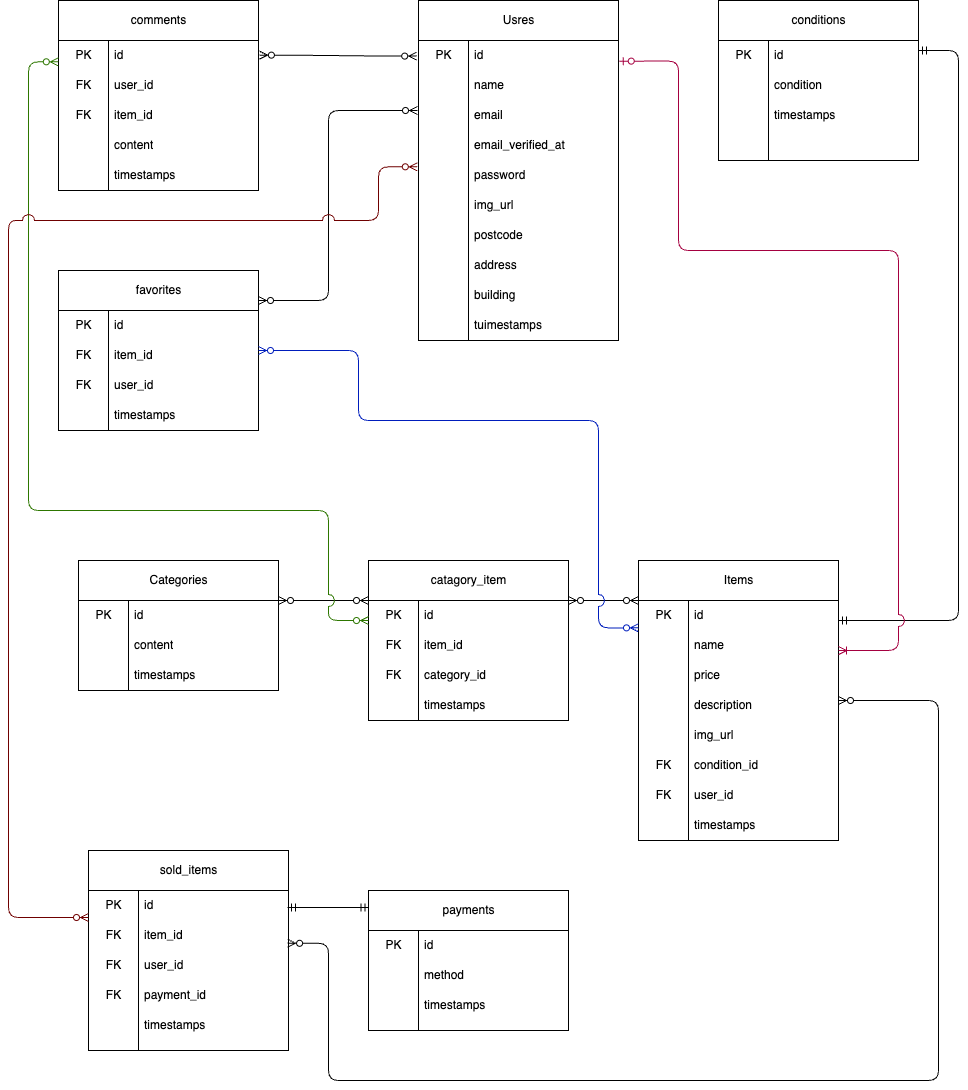
The draw.io diagram ER/Index.drawio.png in Kenichi-Tnk/FleaMarket, before a commit. Source tidied: cells renumbered, new cells last; positions are measured from the earlier drawing's top-left corner, leaving out a move shared by most shapes.
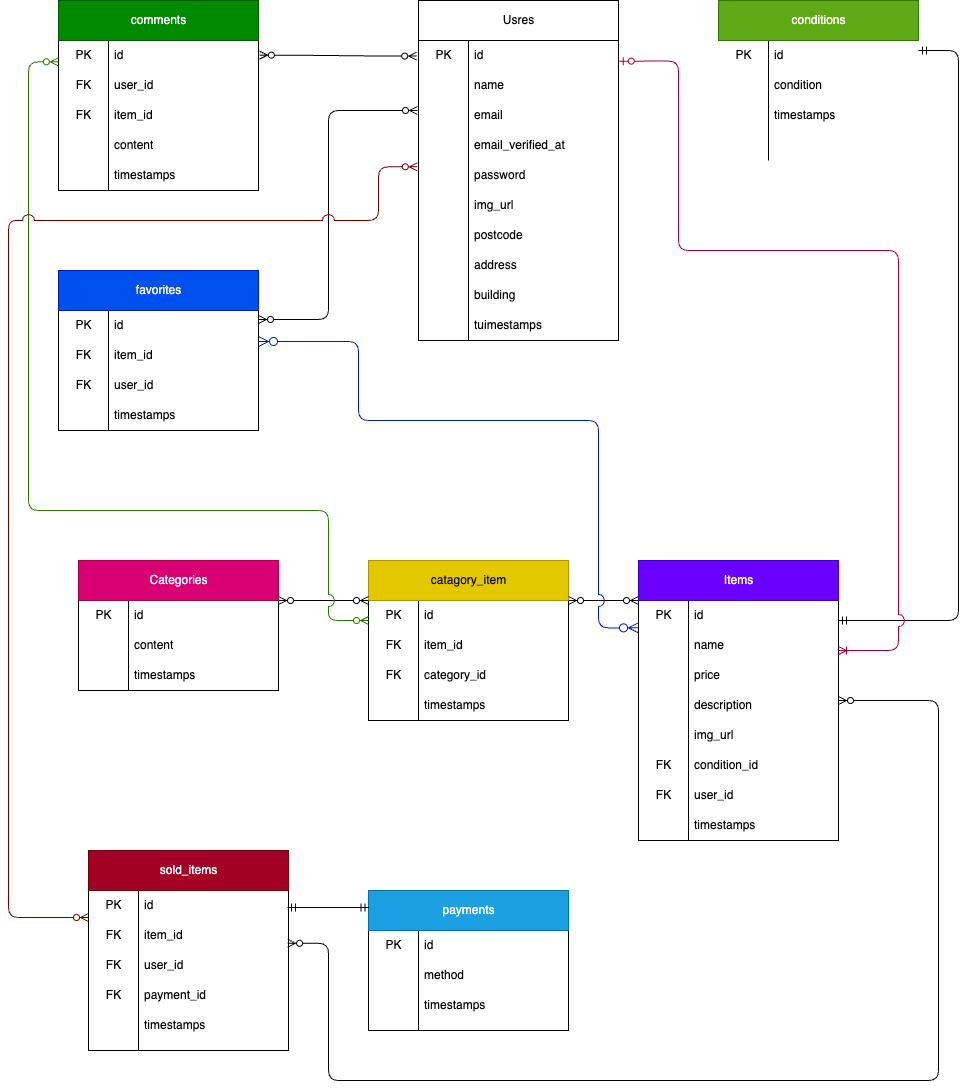
After the commit.

What changed in the source:
```diff
@@ -68,7 +68,7 @@
     <mxCell id="23" style="endArrow=none;entryX=0.25;entryY=0;entryDx=0;entryDy=0;exitX=0.25;exitY=1;exitDx=0;exitDy=0;html=1;" parent="17" edge="1" source="18" target="18">
       <mxGeometry relative="1" as="geometry" />
     </mxCell>
-    <mxCell id="24" value="Categories" style="rounded=0;labelBorderColor=none;html=1;" parent="17" vertex="1">
+    <mxCell id="24" value="Categories" style="rounded=0;labelBorderColor=none;html=1;fillColor=#d80073;fontColor=#ffffff;strokeColor=#A50040;" parent="17" vertex="1">
       <mxGeometry width="200" height="40" as="geometry" />
     </mxCell>
     <mxCell id="25" style="group;" parent="1" vertex="1">
@@ -113,7 +113,7 @@
     <mxCell id="38" style="endArrow=none;entryX=0.25;entryY=0;entryDx=0;entryDy=0;exitX=0.25;exitY=1;exitDx=0;exitDy=0;html=1;" parent="25" edge="1" source="26" target="26">
       <mxGeometry relative="1" as="geometry" />
     </mxCell>
-    <mxCell id="39" value="Items" style="rounded=0;labelBorderColor=none;html=1;" parent="25" vertex="1">
+    <mxCell id="39" value="Items" style="rounded=0;labelBorderColor=none;html=1;fillColor=#6a00ff;fontColor=#ffffff;strokeColor=#3700CC;" parent="25" vertex="1">
       <mxGeometry width="200" height="40" as="geometry" />
     </mxCell>
     <mxCell id="40" style="group;" parent="1" vertex="1">
@@ -146,31 +146,31 @@
     <mxCell id="49" style="endArrow=none;entryX=0.25;entryY=0;entryDx=0;entryDy=0;exitX=0.25;exitY=1;exitDx=0;exitDy=0;html=1;" parent="40" edge="1" source="41" target="41">
       <mxGeometry relative="1" as="geometry" />
     </mxCell>
-    <mxCell id="50" value="catagory_item" style="rounded=0;labelBorderColor=none;html=1;" parent="40" vertex="1">
+    <mxCell id="50" value="catagory_item" style="rounded=0;labelBorderColor=none;html=1;fillColor=#e3c800;fontColor=#000000;strokeColor=#B09500;" parent="40" vertex="1">
       <mxGeometry width="200" height="40" as="geometry" />
     </mxCell>
-    <mxCell id="51" style="group;" parent="1" vertex="1">
+    <mxCell id="51" style="group;fontColor=none;labelBackgroundColor=none;labelBorderColor=none;strokeColor=none;noLabel=1;" parent="1" vertex="1">
       <mxGeometry x="710" width="200" height="160" as="geometry" />
     </mxCell>
-    <mxCell id="52" style="swimlane;startSize=0;labelBorderColor=none;html=1;" parent="51" vertex="1">
+    <mxCell id="52" style="swimlane;startSize=0;labelBorderColor=none;labelBackgroundColor=none;fontColor=none;noLabel=1;strokeColor=#FFFFFF;fillColor=#808080;" parent="51" vertex="1">
       <mxGeometry y="40" width="200" height="120" as="geometry" />
     </mxCell>
     <mxCell id="53" style="endArrow=none;entryX=0.25;entryY=0;entryDx=0;entryDy=0;exitX=0.25;exitY=1;exitDx=0;exitDy=0;html=1;" parent="51" edge="1" source="52" target="52">
       <mxGeometry relative="1" as="geometry" />
     </mxCell>
-    <mxCell id="54" value="conditions" style="rounded=0;labelBorderColor=none;html=1;" parent="51" vertex="1">
+    <mxCell id="54" value="conditions" style="rounded=0;labelBorderColor=none;html=1;fillColor=#60a917;fontColor=#ffffff;strokeColor=#2D7600;" parent="51" vertex="1">
       <mxGeometry width="200" height="40" as="geometry" />
     </mxCell>
-    <mxCell id="55" value="id" style="text;strokeColor=none;fillColor=none;align=left;verticalAlign=middle;spacingLeft=4;spacingRight=4;overflow=hidden;points=[[0,0.5],[1,0.5]];portConstraint=eastwest;labelBorderColor=none;html=1;" parent="51" vertex="1">
+    <mxCell id="55" value="id" style="text;strokeColor=none;fillColor=none;align=left;verticalAlign=middle;spacingLeft=4;spacingRight=4;overflow=hidden;points=[[0,0.5],[1,0.5]];portConstraint=eastwest;labelBorderColor=none;html=1;labelBackgroundColor=default;" parent="51" vertex="1">
       <mxGeometry x="50" y="40" width="150" height="30" as="geometry" />
     </mxCell>
-    <mxCell id="56" value="PK" style="text;align=center;verticalAlign=middle;strokeColor=none;fillColor=none;html=1;labelBorderColor=none;" parent="51" vertex="1">
+    <mxCell id="56" value="PK" style="text;align=center;verticalAlign=middle;strokeColor=none;fillColor=none;html=1;labelBorderColor=none;labelBackgroundColor=default;" parent="51" vertex="1">
       <mxGeometry x="5" y="40" width="40" height="30" as="geometry" />
     </mxCell>
-    <mxCell id="57" value="condition" style="text;strokeColor=none;fillColor=none;align=left;verticalAlign=middle;spacingLeft=4;spacingRight=4;overflow=hidden;labelBorderColor=none;html=1;" parent="51" vertex="1">
+    <mxCell id="57" value="condition" style="text;strokeColor=none;fillColor=none;align=left;verticalAlign=middle;spacingLeft=4;spacingRight=4;overflow=hidden;labelBorderColor=none;html=1;labelBackgroundColor=default;" parent="51" vertex="1">
       <mxGeometry x="50" y="70" width="150" height="30" as="geometry" />
     </mxCell>
-    <mxCell id="58" value="timestamps" style="text;strokeColor=none;fillColor=none;align=left;verticalAlign=middle;spacingLeft=4;spacingRight=4;overflow=hidden;labelBorderColor=none;html=1;" parent="51" vertex="1">
+    <mxCell id="58" value="timestamps" style="text;strokeColor=none;fillColor=none;align=left;verticalAlign=middle;spacingLeft=4;spacingRight=4;overflow=hidden;labelBorderColor=none;html=1;labelBackgroundColor=default;" parent="51" vertex="1">
       <mxGeometry x="50" y="100" width="150" height="30" as="geometry" />
     </mxCell>
     <mxCell id="59" style="group;" parent="1" vertex="1">
@@ -182,7 +182,7 @@
     <mxCell id="61" style="endArrow=none;entryX=0.25;entryY=0;entryDx=0;entryDy=0;exitX=0.25;exitY=1;exitDx=0;exitDy=0;html=1;" parent="59" edge="1" source="60" target="60">
       <mxGeometry relative="1" as="geometry" />
     </mxCell>
-    <mxCell id="62" value="favorites" style="rounded=0;labelBorderColor=none;html=1;" parent="59" vertex="1">
+    <mxCell id="62" value="favorites" style="rounded=0;labelBorderColor=none;html=1;fillColor=#0050ef;fontColor=#ffffff;strokeColor=#001DBC;" parent="59" vertex="1">
       <mxGeometry width="200" height="40" as="geometry" />
     </mxCell>
     <mxCell id="63" value="id" style="text;strokeColor=none;fillColor=none;align=left;verticalAlign=middle;spacingLeft=4;spacingRight=4;overflow=hidden;points=[[0,0.5],[1,0.5]];portConstraint=eastwest;labelBorderColor=none;html=1;" parent="59" vertex="1">
@@ -218,7 +218,7 @@
     <mxCell id="73" style="endArrow=none;entryX=0.25;entryY=0;entryDx=0;entryDy=0;exitX=0.25;exitY=1;exitDx=0;exitDy=0;html=1;" parent="70" edge="1" source="71" target="71">
       <mxGeometry relative="1" as="geometry" />
     </mxCell>
-    <mxCell id="74" value="comments" style="rounded=0;labelBorderColor=none;html=1;" parent="70" vertex="1">
+    <mxCell id="74" value="comments" style="rounded=0;labelBorderColor=none;html=1;fillColor=#008a00;fontColor=#ffffff;strokeColor=#005700;" parent="70" vertex="1">
       <mxGeometry width="200" height="40" as="geometry" />
     </mxCell>
     <mxCell id="75" value="id" style="text;strokeColor=none;fillColor=none;align=left;verticalAlign=middle;spacingLeft=4;spacingRight=4;overflow=hidden;points=[[0,0.5],[1,0.5]];portConstraint=eastwest;labelBorderColor=none;html=1;" parent="70" vertex="1">
@@ -278,7 +278,7 @@
     <mxCell id="93" style="endArrow=none;entryX=0.25;entryY=0;entryDx=0;entryDy=0;exitX=0.25;exitY=1;exitDx=0;exitDy=0;html=1;" parent="82" edge="1" source="83" target="83">
       <mxGeometry relative="1" as="geometry" />
     </mxCell>
-    <mxCell id="94" value="sold_items" style="rounded=0;labelBorderColor=none;html=1;" parent="82" vertex="1">
+    <mxCell id="94" value="sold_items" style="rounded=0;labelBorderColor=none;html=1;fillColor=#a20025;fontColor=#ffffff;strokeColor=#6F0000;" parent="82" vertex="1">
       <mxGeometry width="200" height="40" as="geometry" />
     </mxCell>
     <mxCell id="95" style="group;" parent="1" vertex="1">
@@ -302,7 +302,7 @@
     <mxCell id="101" style="endArrow=none;entryX=0.25;entryY=0;entryDx=0;entryDy=0;exitX=0.25;exitY=1;exitDx=0;exitDy=0;html=1;" parent="95" edge="1" source="96" target="96">
       <mxGeometry relative="1" as="geometry" />
     </mxCell>
-    <mxCell id="102" value="payments" style="rounded=0;labelBorderColor=none;html=1;" parent="95" vertex="1">
+    <mxCell id="102" value="payments" style="rounded=0;labelBorderColor=none;html=1;fillColor=#1ba1e2;fontColor=#ffffff;strokeColor=#006EAF;" parent="95" vertex="1">
       <mxGeometry width="200" height="40" as="geometry" />
     </mxCell>
     <mxCell id="103" style="edgeStyle=entityRelationEdgeStyle;fontSize=12;html=1;endArrow=ERzeroToMany;endFill=1;startArrow=ERzeroToMany;exitX=1;exitY=1;exitDx=0;exitDy=0;entryX=0;entryY=0;entryDx=0;entryDy=0;" parent="1" edge="1" source="50" target="26">
@@ -313,20 +313,19 @@
         <mxPoint x="360" y="600" as="targetPoint" />
       </mxGeometry>
     </mxCell>
-    <mxCell id="105" style="edgeStyle=orthogonalEdgeStyle;fontSize=12;html=1;endArrow=ERzeroToMany;endFill=1;startArrow=ERzeroToMany;exitX=1;exitY=0.75;exitDx=0;exitDy=0;" parent="1" edge="1" source="62">
+    <mxCell id="105" style="edgeStyle=orthogonalEdgeStyle;fontSize=12;html=1;endArrow=ERzeroToMany;endFill=1;startArrow=ERzeroToMany;" parent="1" edge="1" source="63">
       <mxGeometry relative="1" as="geometry">
         <mxPoint x="409" y="110" as="targetPoint" />
         <Array as="points">
-          <mxPoint x="320" y="300" />
+          <mxPoint x="320" y="319" />
           <mxPoint x="320" y="110" />
-          <mxPoint x="409" y="110" />
         </Array>
       </mxGeometry>
     </mxCell>
-    <mxCell id="106" style="edgeStyle=orthogonalEdgeStyle;fontSize=12;html=1;endArrow=ERzeroToMany;endFill=1;startArrow=ERzeroToMany;targetPerimeterSpacing=0;entryX=0;entryY=0.114;entryDx=0;entryDy=0;entryPerimeter=0;fillColor=#0050ef;strokeColor=#001DBC;jumpStyle=arc;sourcePerimeterSpacing=0;jumpSize=12;startSize=6;endSize=6;" parent="1" edge="1" source="65" target="26">
+    <mxCell id="106" style="edgeStyle=orthogonalEdgeStyle;fontSize=12;html=1;endArrow=ERzeroToMany;endFill=1;startArrow=ERzeroToMany;targetPerimeterSpacing=0;entryX=0;entryY=0.114;entryDx=0;entryDy=0;entryPerimeter=0;fillColor=#0050ef;strokeColor=#001DBC;jumpStyle=arc;sourcePerimeterSpacing=0;jumpSize=12;startSize=8;endSize=8;" parent="1" edge="1" source="65" target="26">
       <mxGeometry relative="1" as="geometry">
         <Array as="points">
-          <mxPoint x="350" y="350" />
+          <mxPoint x="350" y="341" />
           <mxPoint x="350" y="420" />
           <mxPoint x="590" y="420" />
           <mxPoint x="590" y="627" />
```
